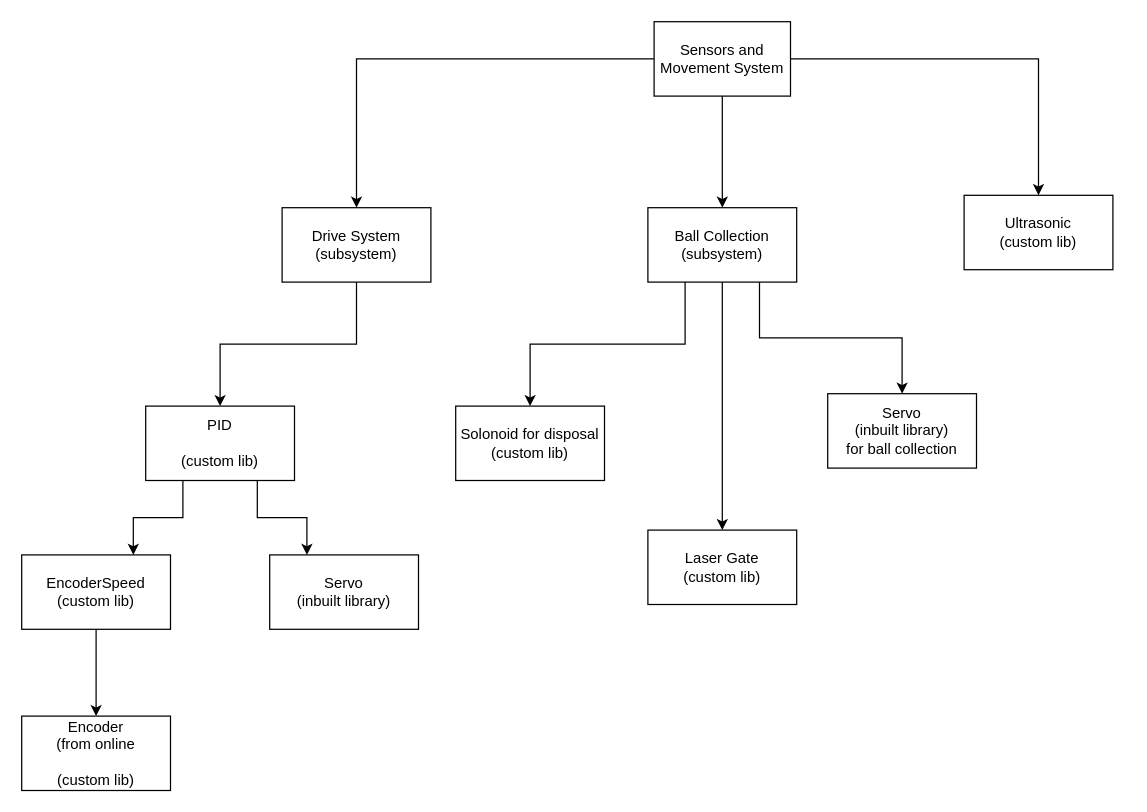
The draw.io diagram Diagrams/Systems.drawio in Daniel-Git-Hub/ENGG3000_T6, before the edit. Source tidied: cells renumbered, new cells numbered last; positions are measured from the earlier drawing's top-left corner, leaving out a move shared by most shapes. Both pictures are drawn from the tidied source at 124%, with x=0, y=0 at pixel (21, 21).
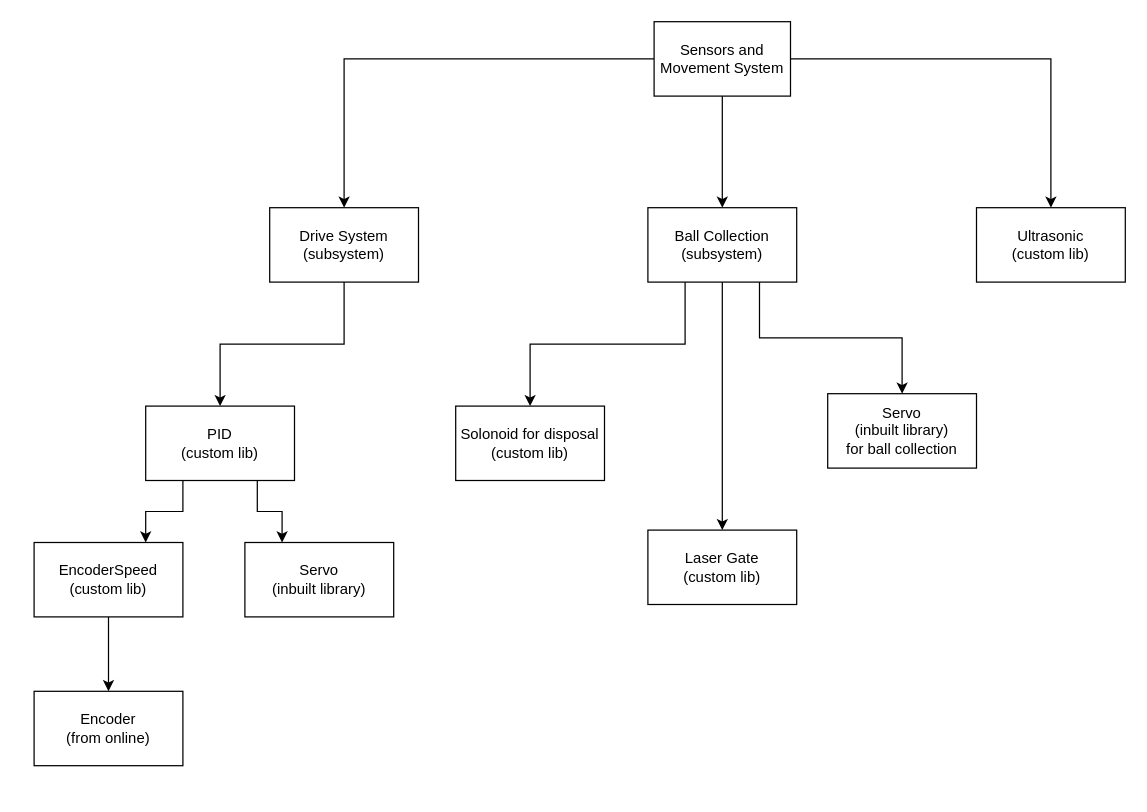
The same diagram, later.

Diff of the diagram source:
```diff
@@
     <mxCell id="3" value="Drive System&lt;br&gt;(subsystem)" style="rounded=0;whiteSpace=wrap;html=1;" parent="1" vertex="1">
-      <mxGeometry x="210" y="150" width="120" height="60" as="geometry" />
+      <mxGeometry x="200" y="150" width="120" height="60" as="geometry" />
     </mxCell>
@@
-    <mxCell id="6" value="PID&lt;br&gt;&lt;br&gt;(custom lib)" style="rounded=0;whiteSpace=wrap;html=1;" parent="1" vertex="1">
+    <mxCell id="6" value="PID&lt;br&gt;(custom lib)" style="rounded=0;whiteSpace=wrap;html=1;" parent="1" vertex="1">
       <mxGeometry x="100" y="310" width="120" height="60" as="geometry" />
     </mxCell>
     <mxCell id="7" value="Servo&lt;br&gt;(inbuilt library)" style="rounded=0;whiteSpace=wrap;html=1;" parent="1" vertex="1">
-      <mxGeometry x="200" y="430" width="120" height="60" as="geometry" />
+      <mxGeometry x="180" y="420" width="120" height="60" as="geometry" />
     </mxCell>
@@
     <mxCell id="9" value="EncoderSpeed&lt;br&gt;(custom lib)" style="rounded=0;whiteSpace=wrap;html=1;" parent="1" vertex="1">
-      <mxGeometry y="430" width="120" height="60" as="geometry" />
+      <mxGeometry x="10" y="420" width="120" height="60" as="geometry" />
     </mxCell>
-    <mxCell id="10" value="Encoder&lt;br&gt;(from online&lt;br&gt;&lt;br&gt;(custom lib)" style="rounded=0;whiteSpace=wrap;html=1;" parent="1" vertex="1">
-      <mxGeometry y="560" width="120" height="60" as="geometry" />
+    <mxCell id="10" value="Encoder&lt;br&gt;(from online)" style="rounded=0;whiteSpace=wrap;html=1;" parent="1" vertex="1">
+      <mxGeometry x="10" y="540" width="120" height="60" as="geometry" />
     </mxCell>
@@
     <mxCell id="20" value="Ultrasonic&lt;br&gt;(custom lib)" style="whiteSpace=wrap;html=1;" parent="1" vertex="1">
-      <mxGeometry x="760" y="140" width="120" height="60" as="geometry" />
+      <mxGeometry x="770" y="150" width="120" height="60" as="geometry" />
     </mxCell>
```
